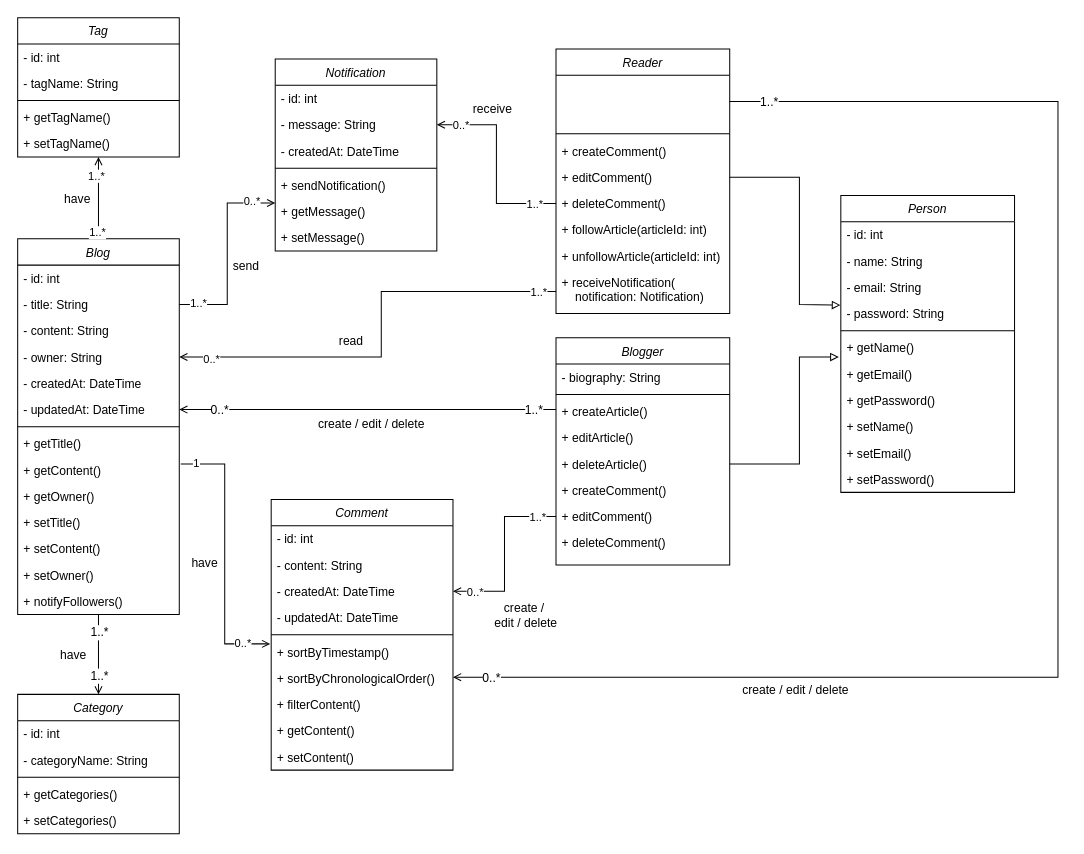
Earlier version of the draw.io diagram UML-Diagramm.drawio (SteffiHe/blog_board_backend). Source tidied: cells renumbered, new cells numbered last; positions are measured from the earlier drawing's top-left corner, leaving out a move shared by most shapes. Both pictures are drawn from the tidied source at 101%, with x=0, y=0 at pixel (17, 17).
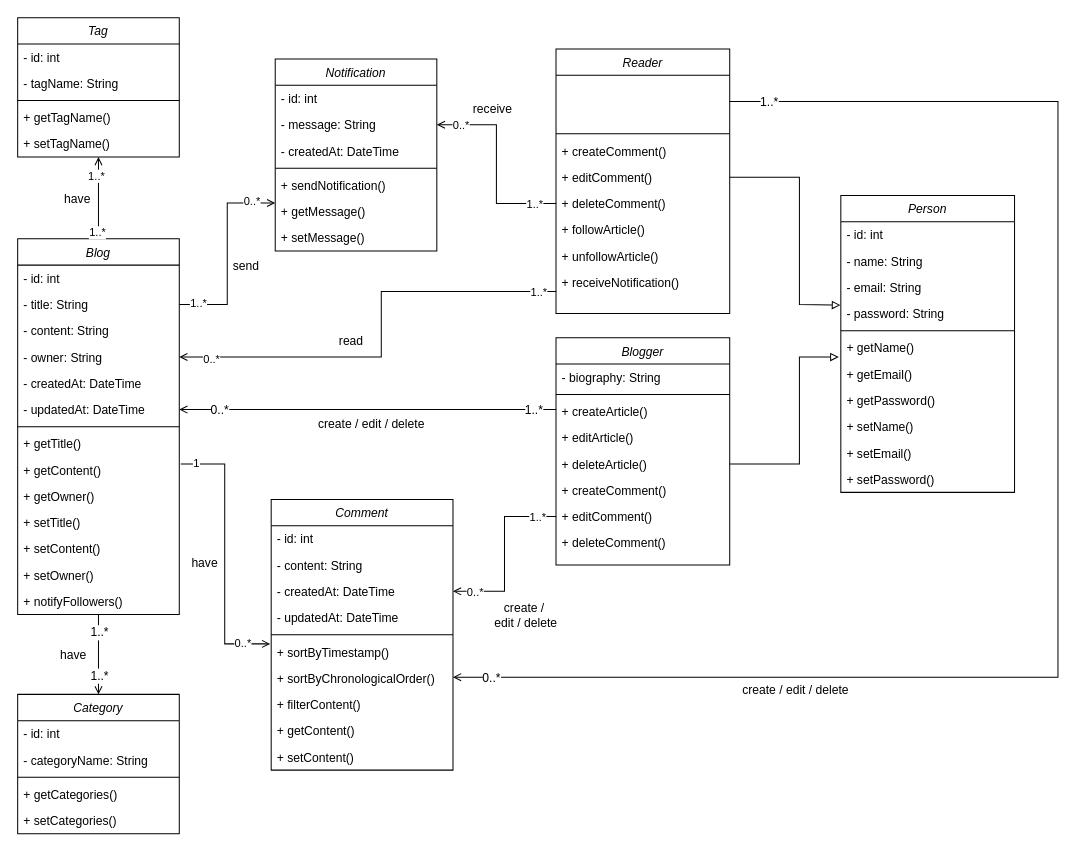
After the change.

Commit message (it also covers changes not shown here):
UML-Diagramm aktualisiert

Unchanged cells that the change refers to:
```xml
<mxCell id="97" value="Reader" style="swimlane;fontStyle=2;align=center;verticalAlign=top;horizontal=1;startSize=26;rounded=0;shadow=0;strokeWidth=1;" parent="1" vertex="1">
  <mxGeometry x="533" y="31" width="172" height="262" as="geometry" />
</mxCell>
```

Diff of the diagram source:
```diff
@@
-    <mxCell id="103" value="+ followArticle(articleId: int)" style="text;align=left;verticalAlign=top;spacingLeft=4;spacingRight=4;overflow=hidden;" parent="97" vertex="1">
+    <mxCell id="103" value="+ followArticle()" style="text;align=left;verticalAlign=top;spacingLeft=4;spacingRight=4;overflow=hidden;" parent="97" vertex="1">
       <mxGeometry y="166" width="172" height="26" as="geometry" />
     </mxCell>
-    <mxCell id="104" value="+ unfollowArticle(articleId: int)" style="text;align=left;verticalAlign=top;spacingLeft=4;spacingRight=4;overflow=hidden;" parent="97" vertex="1">
+    <mxCell id="104" value="+ unfollowArticle()" style="text;align=left;verticalAlign=top;spacingLeft=4;spacingRight=4;overflow=hidden;" parent="97" vertex="1">
       <mxGeometry y="192" width="172" height="26" as="geometry" />
     </mxCell>
-    <mxCell id="105" value="+ receiveNotification(&#10;    notification: Notification)" style="text;align=left;verticalAlign=top;spacingLeft=4;spacingRight=4;overflow=hidden;points=[[0,0.5],[1,0.5]];portConstraint=eastwest;" parent="97" vertex="1">
+    <mxCell id="105" value="+ receiveNotification()" style="text;align=left;verticalAlign=top;spacingLeft=4;spacingRight=4;overflow=hidden;points=[[0,0.5],[1,0.5]];portConstraint=eastwest;" parent="97" vertex="1">
       <mxGeometry y="218" width="172" height="44" as="geometry" />
     </mxCell>
```
